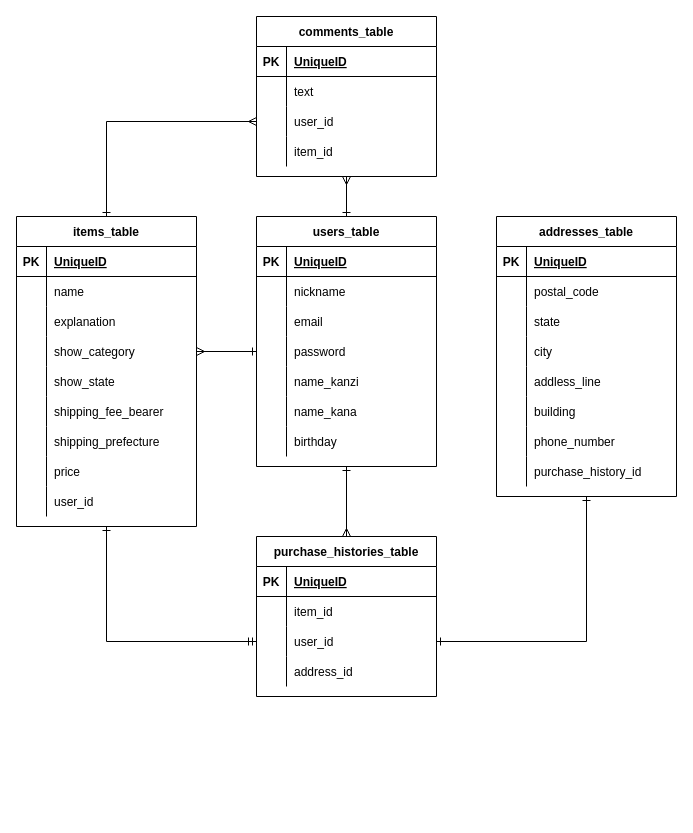
Above: ERfigure.dio in SuzukiKohei/furima-32530 (draw.io), before the change. Source tidied: cells renumbered, new cells numbered last; positions are measured from the earlier drawing's top-left corner, leaving out a move shared by most shapes. Both pictures are drawn from the tidied source at 100%, with x=0, y=0 at pixel (16, 16).
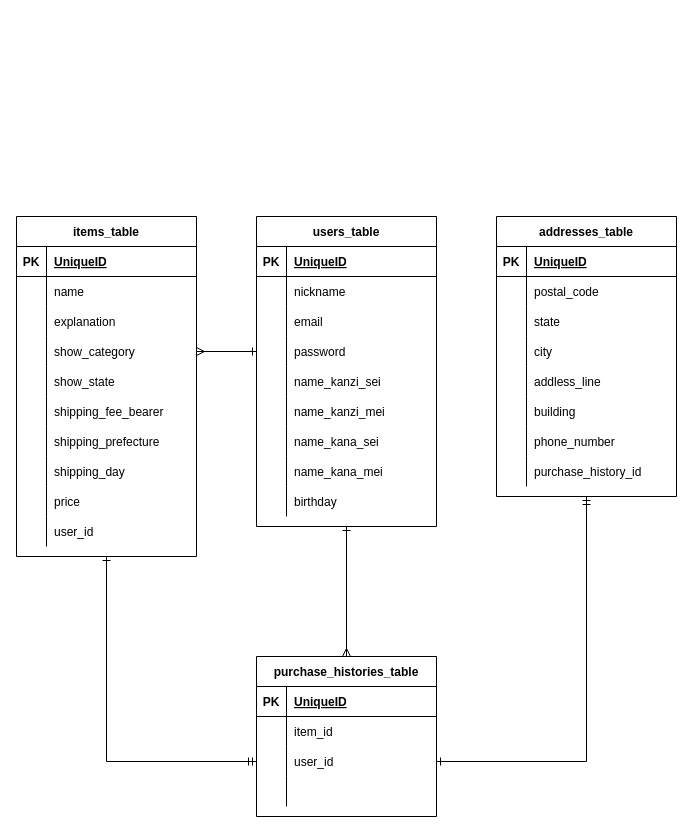
Above is the later version.

Commit message (it also covers changes not shown here):
ER図、README.mdの修正

Unchanged cells that the change refers to:
```xml
<mxCell id="14" style="shape=partialRectangle;fillColor=none;top=0;left=0;bottom=0;right=0;points=[[0,0.5],[1,0.5]];portConstraint=eastwest;" parent="4" vertex="1">
  <mxGeometry y="120" width="180" height="30" as="geometry" />
</mxCell>
<mxCell id="38" style="shape=partialRectangle;fillColor=none;top=0;left=0;bottom=0;right=0;points=[[0,0.5],[1,0.5]];portConstraint=eastwest;" parent="28" vertex="1">
  <mxGeometry y="120" width="180" height="30" as="geometry" />
</mxCell>
<mxCell id="57" value="addresses_table" style="shape=table;startSize=30;childLayout=tableLayout;rowLines=0;fontStyle=1;align=center;gradientColor=none;" parent="1" vertex="1">
  <mxGeometry x="480" y="200" width="180" height="280" as="geometry" />
</mxCell>
<mxCell id="102" style="shape=partialRectangle;fillColor=none;top=0;left=0;bottom=0;right=0;points=[[0,0.5],[1,0.5]];portConstraint=eastwest;" parent="95" vertex="1">
  <mxGeometry y="90" width="180" height="30" as="geometry" />
</mxCell>
<mxCell id="105" style="shape=partialRectangle;fillColor=none;top=0;left=0;bottom=0;right=0;" parent="95" vertex="1">
  <mxGeometry y="120" width="180" height="30" as="geometry" />
</mxCell>
```

Change to the diagram source:
```diff
@@
-    <mxCell id="2" style="edgeStyle=orthogonalEdgeStyle;rounded=0;jettySize=auto;html=1;exitX=0.5;exitY=1;exitDx=0;exitDy=0;entryX=0.5;entryY=0;entryDx=0;entryDy=0;startArrow=ERone;startFill=0;endArrow=ERmany;endFill=0;" parent="1" edge="1" source="4" target="95">
+    <mxCell id="2" style="edgeStyle=orthogonalEdgeStyle;rounded=0;jettySize=auto;html=1;entryX=0.5;entryY=0;entryDx=0;entryDy=0;startArrow=ERone;startFill=0;endArrow=ERmany;endFill=0;exitX=0.5;exitY=1;exitDx=0;exitDy=0;" parent="1" edge="1" source="4" target="95">
       <mxGeometry relative="1" as="geometry" />
     </mxCell>
-    <mxCell id="3" style="edgeStyle=orthogonalEdgeStyle;rounded=0;jettySize=auto;html=1;exitX=0.5;exitY=0;exitDx=0;exitDy=0;entryX=0.5;entryY=1;entryDx=0;entryDy=0;startArrow=ERone;startFill=0;endArrow=ERmany;endFill=0;" parent="1" edge="1" source="4" target="82">
-      <mxGeometry relative="1" as="geometry" />
-    </mxCell>
     <mxCell id="4" value="users_table" style="shape=table;startSize=30;childLayout=tableLayout;rowLines=0;fontStyle=1;align=center;gradientColor=none;" parent="1" vertex="1">
-      <mxGeometry x="240" y="200" width="180" height="250" as="geometry" />
+      <mxGeometry x="240" y="200" width="180" height="310" as="geometry" />
     </mxCell>
@@
+    <mxCell id="109" style="shape=partialRectangle;fillColor=none;top=0;left=0;bottom=0;right=0;" parent="4" vertex="1">
+      <mxGeometry y="150" width="180" height="30" as="geometry" />
+    </mxCell>
+    <mxCell id="110" style="shape=partialRectangle;fillColor=none;top=0;left=0;bottom=0;right=0;overflow=hidden;" parent="109" vertex="1">
+      <mxGeometry width="30" height="30" as="geometry" />
+    </mxCell>
+    <mxCell id="111" value="name_kanzi_sei" style="shape=partialRectangle;fillColor=none;top=0;left=0;bottom=0;right=0;align=left;spacingLeft=6;overflow=hidden;" parent="109" vertex="1">
+      <mxGeometry x="30" width="150" height="30" as="geometry" />
+    </mxCell>
     <mxCell id="17" style="shape=partialRectangle;fillColor=none;top=0;left=0;bottom=0;right=0;" parent="4" vertex="1">
-      <mxGeometry y="150" width="180" height="30" as="geometry" />
+      <mxGeometry y="180" width="180" height="30" as="geometry" />
     </mxCell>
@@
-    <mxCell id="19" value="name_kanzi" style="shape=partialRectangle;fillColor=none;top=0;left=0;bottom=0;right=0;align=left;spacingLeft=6;overflow=hidden;" parent="17" vertex="1">
+    <mxCell id="19" value="name_kanzi_mei" style="shape=partialRectangle;fillColor=none;top=0;left=0;bottom=0;right=0;align=left;spacingLeft=6;overflow=hidden;" parent="17" vertex="1">
       <mxGeometry x="30" width="150" height="30" as="geometry" />
     </mxCell>
+    <mxCell id="112" style="shape=partialRectangle;fillColor=none;top=0;left=0;bottom=0;right=0;" parent="4" vertex="1">
+      <mxGeometry y="210" width="180" height="30" as="geometry" />
+    </mxCell>
+    <mxCell id="113" style="shape=partialRectangle;fillColor=none;top=0;left=0;bottom=0;right=0;overflow=hidden;" parent="112" vertex="1">
+      <mxGeometry width="30" height="30" as="geometry" />
+    </mxCell>
+    <mxCell id="114" value="name_kana_sei" style="shape=partialRectangle;fillColor=none;top=0;left=0;bottom=0;right=0;align=left;spacingLeft=6;overflow=hidden;" parent="112" vertex="1">
+      <mxGeometry x="30" width="150" height="30" as="geometry" />
+    </mxCell>
     <mxCell id="20" style="shape=partialRectangle;fillColor=none;top=0;left=0;bottom=0;right=0;" parent="4" vertex="1">
-      <mxGeometry y="180" width="180" height="30" as="geometry" />
+      <mxGeometry y="240" width="180" height="30" as="geometry" />
     </mxCell>
@@
-    <mxCell id="22" value="name_kana" style="shape=partialRectangle;fillColor=none;top=0;left=0;bottom=0;right=0;align=left;spacingLeft=6;overflow=hidden;" parent="20" vertex="1">
+    <mxCell id="22" value="name_kana_mei" style="shape=partialRectangle;fillColor=none;top=0;left=0;bottom=0;right=0;align=left;spacingLeft=6;overflow=hidden;" parent="20" vertex="1">
       <mxGeometry x="30" width="150" height="30" as="geometry" />
     </mxCell>
     <mxCell id="23" style="shape=partialRectangle;fillColor=none;top=0;left=0;bottom=0;right=0;" parent="4" vertex="1">
-      <mxGeometry y="210" width="180" height="30" as="geometry" />
+      <mxGeometry y="270" width="180" height="30" as="geometry" />
     </mxCell>
@@
-    <mxCell id="27" style="edgeStyle=orthogonalEdgeStyle;rounded=0;jettySize=auto;html=1;exitX=0.5;exitY=0;exitDx=0;exitDy=0;startArrow=ERone;startFill=0;endArrow=ERmany;endFill=0;entryX=0;entryY=0.5;entryDx=0;entryDy=0;" parent="1" edge="1" source="28" target="89">
-      <mxGeometry relative="1" as="geometry" />
-    </mxCell>
     <mxCell id="28" value="items_table" style="shape=table;startSize=30;childLayout=tableLayout;rowLines=0;fontStyle=1;align=center;gradientColor=none;" parent="1" vertex="1">
-      <mxGeometry y="200" width="180" height="310" as="geometry" />
+      <mxGeometry y="200" width="180" height="340" as="geometry" />
     </mxCell>
@@
+    <mxCell id="115" style="shape=partialRectangle;fillColor=none;top=0;left=0;bottom=0;right=0;" parent="28" vertex="1">
+      <mxGeometry y="210" width="180" height="30" as="geometry" />
+    </mxCell>
+    <mxCell id="116" style="shape=partialRectangle;fillColor=none;top=0;left=0;bottom=0;right=0;overflow=hidden;" parent="115" vertex="1">
+      <mxGeometry width="30" height="30" as="geometry" />
+    </mxCell>
+    <mxCell id="117" value="shipping_prefecture" style="shape=partialRectangle;fillColor=none;top=0;left=0;bottom=0;right=0;align=left;spacingLeft=6;overflow=hidden;" parent="115" vertex="1">
+      <mxGeometry x="30" width="150" height="30" as="geometry" />
+    </mxCell>
     <mxCell id="47" style="shape=partialRectangle;fillColor=none;top=0;left=0;bottom=0;right=0;" parent="28" vertex="1">
-      <mxGeometry y="210" width="180" height="30" as="geometry" />
+      <mxGeometry y="240" width="180" height="30" as="geometry" />
     </mxCell>
@@
-    <mxCell id="49" value="shipping_prefecture" style="shape=partialRectangle;fillColor=none;top=0;left=0;bottom=0;right=0;align=left;spacingLeft=6;overflow=hidden;" parent="47" vertex="1">
+    <mxCell id="49" value="shipping_day" style="shape=partialRectangle;fillColor=none;top=0;left=0;bottom=0;right=0;align=left;spacingLeft=6;overflow=hidden;" parent="47" vertex="1">
       <mxGeometry x="30" width="150" height="30" as="geometry" />
     </mxCell>
     <mxCell id="50" style="shape=partialRectangle;fillColor=none;top=0;left=0;bottom=0;right=0;" parent="28" vertex="1">
-      <mxGeometry y="240" width="180" height="30" as="geometry" />
+      <mxGeometry y="270" width="180" height="30" as="geometry" />
     </mxCell>
@@
     <mxCell id="53" style="shape=partialRectangle;fillColor=none;top=0;left=0;bottom=0;right=0;" parent="28" vertex="1">
-      <mxGeometry y="270" width="180" height="30" as="geometry" />
+      <mxGeometry y="300" width="180" height="30" as="geometry" />
     </mxCell>
@@
-    <mxCell id="56" style="edgeStyle=orthogonalEdgeStyle;rounded=0;jettySize=auto;html=1;exitX=0.5;exitY=1;exitDx=0;exitDy=0;entryX=1;entryY=0.5;entryDx=0;entryDy=0;startArrow=ERone;startFill=0;endArrow=ERone;endFill=0;" parent="1" edge="1" source="57" target="102">
+    <mxCell id="56" style="edgeStyle=orthogonalEdgeStyle;rounded=0;jettySize=auto;html=1;exitX=0.5;exitY=1;exitDx=0;exitDy=0;entryX=1;entryY=0.5;entryDx=0;entryDy=0;startArrow=ERmandOne;startFill=0;endArrow=ERone;endFill=0;" parent="1" edge="1" source="57" target="102">
       <mxGeometry relative="1" as="geometry" />
     </mxCell>
@@
-    <mxCell id="82" value="comments_table" style="shape=table;startSize=30;childLayout=tableLayout;rowLines=0;fontStyle=1;align=center;gradientColor=none;" parent="1" vertex="1">
-      <mxGeometry x="240" width="180" height="160" as="geometry" />
-    </mxCell>
-    <mxCell id="83" style="shape=partialRectangle;fillColor=none;top=0;left=0;bottom=1;right=0;" parent="82" vertex="1">
-      <mxGeometry y="30" width="180" height="30" as="geometry" />
-    </mxCell>
-    <mxCell id="84" value="PK" style="shape=partialRectangle;fillColor=none;top=0;left=0;bottom=0;right=0;fontStyle=1;overflow=hidden;" parent="83" vertex="1">
-      <mxGeometry width="30" height="30" as="geometry" />
-    </mxCell>
-    <mxCell id="85" value="UniqueID" style="shape=partialRectangle;fillColor=none;top=0;left=0;bottom=0;right=0;align=left;spacingLeft=6;fontStyle=5;overflow=hidden;" parent="83" vertex="1">
-      <mxGeometry x="30" width="150" height="30" as="geometry" />
-    </mxCell>
-    <mxCell id="86" style="shape=partialRectangle;fillColor=none;top=0;left=0;bottom=0;right=0;" parent="82" vertex="1">
-      <mxGeometry y="60" width="180" height="30" as="geometry" />
-    </mxCell>
-    <mxCell id="87" style="shape=partialRectangle;fillColor=none;top=0;left=0;bottom=0;right=0;overflow=hidden;" parent="86" vertex="1">
-      <mxGeometry width="30" height="30" as="geometry" />
-    </mxCell>
-    <mxCell id="88" value="text" style="shape=partialRectangle;fillColor=none;top=0;left=0;bottom=0;right=0;align=left;spacingLeft=6;overflow=hidden;" parent="86" vertex="1">
-      <mxGeometry x="30" width="150" height="30" as="geometry" />
-    </mxCell>
-    <mxCell id="89" style="shape=partialRectangle;fillColor=none;top=0;left=0;bottom=0;right=0;points=[[0,0.5],[1,0.5]];portConstraint=eastwest;" parent="82" vertex="1">
-      <mxGeometry y="90" width="180" height="30" as="geometry" />
-    </mxCell>
-    <mxCell id="90" style="shape=partialRectangle;fillColor=none;top=0;left=0;bottom=0;right=0;overflow=hidden;" parent="89" vertex="1">
-      <mxGeometry width="30" height="30" as="geometry" />
-    </mxCell>
-    <mxCell id="91" value="user_id" style="shape=partialRectangle;fillColor=none;top=0;left=0;bottom=0;right=0;align=left;spacingLeft=6;overflow=hidden;" parent="89" vertex="1">
-      <mxGeometry x="30" width="150" height="30" as="geometry" />
-    </mxCell>
-    <mxCell id="92" style="shape=partialRectangle;fillColor=none;top=0;left=0;bottom=0;right=0;" parent="82" vertex="1">
-      <mxGeometry y="120" width="180" height="30" as="geometry" />
-    </mxCell>
-    <mxCell id="93" style="shape=partialRectangle;fillColor=none;top=0;left=0;bottom=0;right=0;overflow=hidden;" parent="92" vertex="1">
-      <mxGeometry width="30" height="30" as="geometry" />
-    </mxCell>
-    <mxCell id="94" value="item_id" style="shape=partialRectangle;fillColor=none;top=0;left=0;bottom=0;right=0;align=left;spacingLeft=6;overflow=hidden;" parent="92" vertex="1">
-      <mxGeometry x="30" width="150" height="30" as="geometry" />
-    </mxCell>
     <mxCell id="95" value="purchase_histories_table" style="shape=table;startSize=30;childLayout=tableLayout;rowLines=0;fontStyle=1;align=center;gradientColor=none;" parent="1" vertex="1">
-      <mxGeometry x="240" y="520" width="180" height="160" as="geometry" />
+      <mxGeometry x="240" y="640" width="180" height="160" as="geometry" />
     </mxCell>
@@
-    <mxCell id="107" value="address_id" style="shape=partialRectangle;fillColor=none;top=0;left=0;bottom=0;right=0;align=left;spacingLeft=6;overflow=hidden;" parent="105" vertex="1">
+    <mxCell id="107" style="shape=partialRectangle;fillColor=none;top=0;left=0;bottom=0;right=0;align=left;spacingLeft=6;overflow=hidden;" parent="105" vertex="1">
       <mxGeometry x="30" width="150" height="30" as="geometry" />
     </mxCell>
-    <mxCell id="108" style="edgeStyle=orthogonalEdgeStyle;rounded=0;jettySize=auto;html=1;exitX=0;exitY=0.5;exitDx=0;exitDy=0;entryX=1;entryY=0.5;entryDx=0;entryDy=0;startArrow=ERone;startFill=0;endArrow=ERmany;endFill=0;" parent="1" edge="1" source="14" target="38">
+    <mxCell id="108" style="edgeStyle=orthogonalEdgeStyle;rounded=0;jettySize=auto;html=1;entryX=1;entryY=0.5;entryDx=0;entryDy=0;startArrow=ERone;startFill=0;endArrow=ERmany;endFill=0;exitX=0;exitY=0.5;exitDx=0;exitDy=0;" parent="1" edge="1" source="14" target="38">
       <mxGeometry relative="1" as="geometry" />
     </mxCell>
```
